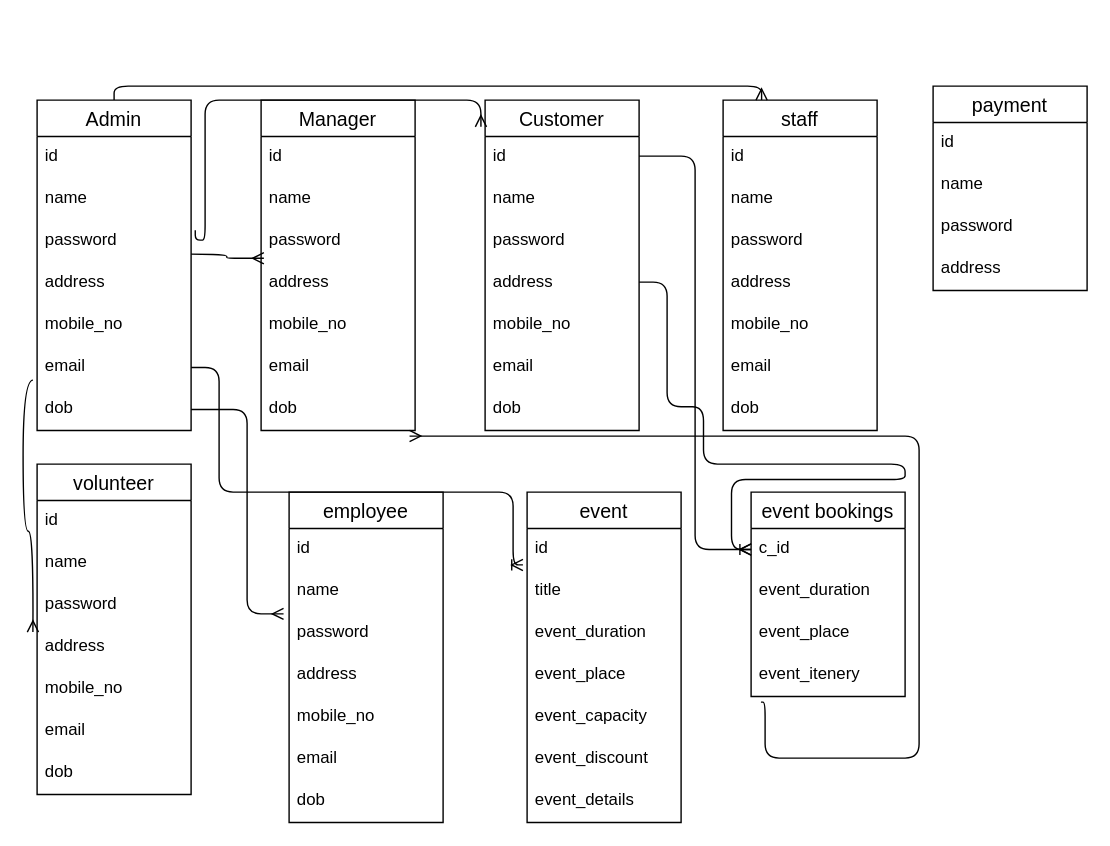
Earlier version of the draw.io diagram Untitled Diagram.drawio (ssaymanasrin10/projects). Source tidied: cells renumbered, new cells numbered last; positions are measured from the earlier drawing's top-left corner, leaving out a move shared by most shapes. Both pictures are drawn from the tidied source at 140%, with x=0, y=0 at pixel (32, 85).
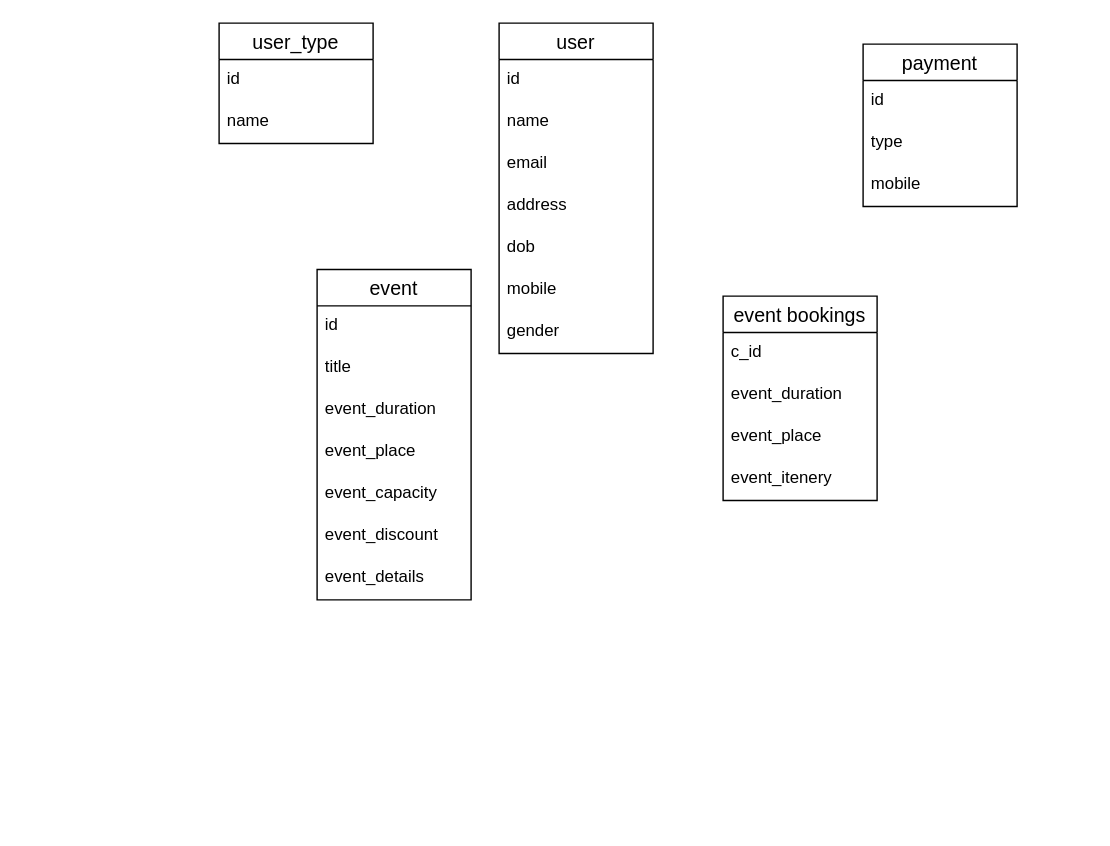
After the change.

The change refers to these unchanged cells:
```xml
<mxCell id="52" value="id" style="text;strokeColor=none;fillColor=none;spacingLeft=4;spacingRight=4;overflow=hidden;points=[[0,0.5],[1,0.5]];portConstraint=eastwest;fontSize=12;" parent="51" vertex="1">
  <mxGeometry y="26" width="110" height="30" as="geometry" />
</mxCell>
<mxCell id="60" value="c_id" style="text;strokeColor=none;fillColor=none;spacingLeft=4;spacingRight=4;overflow=hidden;points=[[0,0.5],[1,0.5]];portConstraint=eastwest;fontSize=12;" parent="59" vertex="1">
  <mxGeometry y="26" width="110" height="30" as="geometry" />
</mxCell>
<mxCell id="63" value="event_itenery" style="text;strokeColor=none;fillColor=none;spacingLeft=4;spacingRight=4;overflow=hidden;points=[[0,0.5],[1,0.5]];portConstraint=eastwest;fontSize=12;" parent="59" vertex="1">
  <mxGeometry y="116" width="110" height="30" as="geometry" />
</mxCell>
```

What changed in the source:
```diff
@@
-    <mxCell id="2" value="Admin" style="swimlane;fontStyle=0;horizontal=1;startSize=26;align=center;fontSize=14;" parent="1" vertex="1">
-      <mxGeometry x="3" y="10" width="110" height="236" as="geometry" />
+    <mxCell id="2" value="user_type" style="swimlane;fontStyle=0;horizontal=1;startSize=26;align=center;fontSize=14;" parent="1" vertex="1">
+      <mxGeometry x="133" y="-45" width="110" height="86" as="geometry" />
     </mxCell>
@@
-    <mxCell id="5" value="password" style="text;strokeColor=none;fillColor=none;spacingLeft=4;spacingRight=4;overflow=hidden;points=[[0,0.5],[1,0.5]];portConstraint=eastwest;fontSize=12;" parent="2" vertex="1">
-      <mxGeometry y="86" width="110" height="30" as="geometry" />
-    </mxCell>
-    <mxCell id="6" value="address" style="text;strokeColor=none;fillColor=none;spacingLeft=4;spacingRight=4;overflow=hidden;fontSize=12;" parent="2" vertex="1">
-      <mxGeometry y="116" width="110" height="30" as="geometry" />
-    </mxCell>
-    <mxCell id="7" value="mobile_no" style="text;strokeColor=none;fillColor=none;spacingLeft=4;spacingRight=4;overflow=hidden;fontSize=12;" parent="2" vertex="1">
-      <mxGeometry y="146" width="110" height="30" as="geometry" />
-    </mxCell>
-    <mxCell id="8" value="email" style="text;strokeColor=none;fillColor=none;spacingLeft=4;spacingRight=4;overflow=hidden;points=[[0,0.5],[1,0.5]];portConstraint=eastwest;fontSize=12;" parent="2" vertex="1">
-      <mxGeometry y="176" width="110" height="30" as="geometry" />
-    </mxCell>
-    <mxCell id="9" value="dob" style="text;strokeColor=none;fillColor=none;spacingLeft=4;spacingRight=4;overflow=hidden;points=[[0,0.5],[1,0.5]];portConstraint=eastwest;fontSize=12;" parent="2" vertex="1">
-      <mxGeometry y="206" width="110" height="30" as="geometry" />
-    </mxCell>
-    <mxCell id="10" value="Manager" style="swimlane;fontStyle=0;horizontal=1;startSize=26;align=center;fontSize=14;" parent="1" vertex="1">
-      <mxGeometry x="163" y="10" width="110" height="236" as="geometry" />
-    </mxCell>
-    <mxCell id="11" value="id" style="text;strokeColor=none;fillColor=none;spacingLeft=4;spacingRight=4;overflow=hidden;fontSize=12;" parent="10" vertex="1">
-      <mxGeometry y="26" width="110" height="30" as="geometry" />
-    </mxCell>
-    <mxCell id="12" value="name" style="text;strokeColor=none;fillColor=none;spacingLeft=4;spacingRight=4;overflow=hidden;fontSize=12;" parent="10" vertex="1">
-      <mxGeometry y="56" width="110" height="30" as="geometry" />
-    </mxCell>
-    <mxCell id="13" style="edgeStyle=orthogonalEdgeStyle;fontSize=12;html=1;endArrow=ERmany;entryX=0.018;entryY=0.9;entryDx=0;entryDy=0;entryPerimeter=0;" parent="10" edge="1" target="14">
-      <mxGeometry relative="1" as="geometry">
-        <mxPoint x="-50" y="110" as="sourcePoint" />
-      </mxGeometry>
-    </mxCell>
-    <mxCell id="14" value="password" style="text;strokeColor=none;fillColor=none;spacingLeft=4;spacingRight=4;overflow=hidden;points=[[0,0.5],[1,0.5]];portConstraint=eastwest;fontSize=12;" parent="10" vertex="1">
-      <mxGeometry y="86" width="110" height="30" as="geometry" />
-    </mxCell>
-    <mxCell id="15" value="address" style="text;strokeColor=none;fillColor=none;spacingLeft=4;spacingRight=4;overflow=hidden;fontSize=12;" parent="10" vertex="1">
-      <mxGeometry y="116" width="110" height="30" as="geometry" />
-    </mxCell>
-    <mxCell id="16" value="mobile_no" style="text;strokeColor=none;fillColor=none;spacingLeft=4;spacingRight=4;overflow=hidden;fontSize=12;" parent="10" vertex="1">
-      <mxGeometry y="146" width="110" height="30" as="geometry" />
-    </mxCell>
-    <mxCell id="17" value="email" style="text;strokeColor=none;fillColor=none;spacingLeft=4;spacingRight=4;overflow=hidden;fontSize=12;" parent="10" vertex="1">
-      <mxGeometry y="176" width="110" height="30" as="geometry" />
-    </mxCell>
-    <mxCell id="18" value="dob" style="text;strokeColor=none;fillColor=none;spacingLeft=4;spacingRight=4;overflow=hidden;points=[[0,0.5],[1,0.5]];portConstraint=eastwest;fontSize=12;" parent="10" vertex="1">
-      <mxGeometry y="206" width="110" height="30" as="geometry" />
-    </mxCell>
-    <mxCell id="19" value="Customer" style="swimlane;fontStyle=0;horizontal=1;startSize=26;align=center;fontSize=14;" parent="1" vertex="1">
-      <mxGeometry x="323" y="10" width="110" height="236" as="geometry" />
-    </mxCell>
-    <mxCell id="20" value="id" style="text;strokeColor=none;fillColor=none;spacingLeft=4;spacingRight=4;overflow=hidden;fontSize=12;" parent="19" vertex="1">
-      <mxGeometry y="26" width="110" height="30" as="geometry" />
-    </mxCell>
-    <mxCell id="21" value="name" style="text;strokeColor=none;fillColor=none;spacingLeft=4;spacingRight=4;overflow=hidden;fontSize=12;" parent="19" vertex="1">
-      <mxGeometry y="56" width="110" height="30" as="geometry" />
-    </mxCell>
-    <mxCell id="22" value="password" style="text;strokeColor=none;fillColor=none;spacingLeft=4;spacingRight=4;overflow=hidden;fontSize=12;" parent="19" vertex="1">
-      <mxGeometry y="86" width="110" height="30" as="geometry" />
-    </mxCell>
-    <mxCell id="23" value="address" style="text;strokeColor=none;fillColor=none;spacingLeft=4;spacingRight=4;overflow=hidden;fontSize=12;" parent="19" vertex="1">
-      <mxGeometry y="116" width="110" height="30" as="geometry" />
-    </mxCell>
-    <mxCell id="24" value="mobile_no" style="text;strokeColor=none;fillColor=none;spacingLeft=4;spacingRight=4;overflow=hidden;fontSize=12;" parent="19" vertex="1">
-      <mxGeometry y="146" width="110" height="30" as="geometry" />
-    </mxCell>
-    <mxCell id="25" value="email" style="text;strokeColor=none;fillColor=none;spacingLeft=4;spacingRight=4;overflow=hidden;fontSize=12;" parent="19" vertex="1">
-      <mxGeometry y="176" width="110" height="30" as="geometry" />
-    </mxCell>
-    <mxCell id="26" value="dob" style="text;strokeColor=none;fillColor=none;spacingLeft=4;spacingRight=4;overflow=hidden;fontSize=12;" parent="19" vertex="1">
-      <mxGeometry y="206" width="110" height="30" as="geometry" />
-    </mxCell>
-    <mxCell id="27" value="staff" style="swimlane;fontStyle=0;horizontal=1;startSize=26;align=center;fontSize=14;" parent="1" vertex="1">
-      <mxGeometry x="493" y="10" width="110" height="236" as="geometry" />
-    </mxCell>
-    <mxCell id="28" value="id" style="text;strokeColor=none;fillColor=none;spacingLeft=4;spacingRight=4;overflow=hidden;fontSize=12;" parent="27" vertex="1">
-      <mxGeometry y="26" width="110" height="30" as="geometry" />
-    </mxCell>
-    <mxCell id="29" value="name" style="text;strokeColor=none;fillColor=none;spacingLeft=4;spacingRight=4;overflow=hidden;fontSize=12;" parent="27" vertex="1">
-      <mxGeometry y="56" width="110" height="30" as="geometry" />
-    </mxCell>
-    <mxCell id="30" value="password" style="text;strokeColor=none;fillColor=none;spacingLeft=4;spacingRight=4;overflow=hidden;fontSize=12;" parent="27" vertex="1">
-      <mxGeometry y="86" width="110" height="30" as="geometry" />
-    </mxCell>
-    <mxCell id="31" value="address" style="text;strokeColor=none;fillColor=none;spacingLeft=4;spacingRight=4;overflow=hidden;fontSize=12;" parent="27" vertex="1">
-      <mxGeometry y="116" width="110" height="30" as="geometry" />
-    </mxCell>
-    <mxCell id="32" value="mobile_no" style="text;strokeColor=none;fillColor=none;spacingLeft=4;spacingRight=4;overflow=hidden;fontSize=12;" parent="27" vertex="1">
-      <mxGeometry y="146" width="110" height="30" as="geometry" />
-    </mxCell>
-    <mxCell id="33" value="email" style="text;strokeColor=none;fillColor=none;spacingLeft=4;spacingRight=4;overflow=hidden;fontSize=12;" parent="27" vertex="1">
-      <mxGeometry y="176" width="110" height="30" as="geometry" />
-    </mxCell>
-    <mxCell id="34" value="dob" style="text;strokeColor=none;fillColor=none;spacingLeft=4;spacingRight=4;overflow=hidden;fontSize=12;" parent="27" vertex="1">
-      <mxGeometry y="206" width="110" height="30" as="geometry" />
-    </mxCell>
-    <mxCell id="35" value="volunteer" style="swimlane;fontStyle=0;horizontal=1;startSize=26;align=center;fontSize=14;" parent="1" vertex="1">
-      <mxGeometry x="3" y="270" width="110" height="236" as="geometry" />
-    </mxCell>
-    <mxCell id="36" value="id" style="text;strokeColor=none;fillColor=none;spacingLeft=4;spacingRight=4;overflow=hidden;fontSize=12;" parent="35" vertex="1">
-      <mxGeometry y="26" width="110" height="30" as="geometry" />
-    </mxCell>
-    <mxCell id="37" value="name" style="text;strokeColor=none;fillColor=none;spacingLeft=4;spacingRight=4;overflow=hidden;fontSize=12;" parent="35" vertex="1">
-      <mxGeometry y="56" width="110" height="30" as="geometry" />
-    </mxCell>
-    <mxCell id="38" value="password" style="text;strokeColor=none;fillColor=none;spacingLeft=4;spacingRight=4;overflow=hidden;fontSize=12;" parent="35" vertex="1">
-      <mxGeometry y="86" width="110" height="30" as="geometry" />
-    </mxCell>
-    <mxCell id="39" value="address" style="text;strokeColor=none;fillColor=none;spacingLeft=4;spacingRight=4;overflow=hidden;fontSize=12;" parent="35" vertex="1">
-      <mxGeometry y="116" width="110" height="30" as="geometry" />
-    </mxCell>
-    <mxCell id="40" value="mobile_no" style="text;strokeColor=none;fillColor=none;spacingLeft=4;spacingRight=4;overflow=hidden;fontSize=12;" parent="35" vertex="1">
-      <mxGeometry y="146" width="110" height="30" as="geometry" />
-    </mxCell>
-    <mxCell id="41" value="email" style="text;strokeColor=none;fillColor=none;spacingLeft=4;spacingRight=4;overflow=hidden;fontSize=12;" parent="35" vertex="1">
-      <mxGeometry y="176" width="110" height="30" as="geometry" />
-    </mxCell>
-    <mxCell id="42" value="dob" style="text;strokeColor=none;fillColor=none;spacingLeft=4;spacingRight=4;overflow=hidden;fontSize=12;" parent="35" vertex="1">
-      <mxGeometry y="206" width="110" height="30" as="geometry" />
-    </mxCell>
-    <mxCell id="43" value="employee" style="swimlane;fontStyle=0;horizontal=1;startSize=26;align=center;fontSize=14;" parent="1" vertex="1">
-      <mxGeometry x="183" y="290" width="110" height="236" as="geometry" />
-    </mxCell>
-    <mxCell id="44" value="id" style="text;strokeColor=none;fillColor=none;spacingLeft=4;spacingRight=4;overflow=hidden;fontSize=12;" parent="43" vertex="1">
-      <mxGeometry y="26" width="110" height="30" as="geometry" />
-    </mxCell>
-    <mxCell id="45" value="name" style="text;strokeColor=none;fillColor=none;spacingLeft=4;spacingRight=4;overflow=hidden;fontSize=12;" parent="43" vertex="1">
-      <mxGeometry y="56" width="110" height="30" as="geometry" />
-    </mxCell>
-    <mxCell id="46" value="password" style="text;strokeColor=none;fillColor=none;spacingLeft=4;spacingRight=4;overflow=hidden;points=[[0,0.5],[1,0.5]];portConstraint=eastwest;fontSize=12;" parent="43" vertex="1">
-      <mxGeometry y="86" width="110" height="30" as="geometry" />
-    </mxCell>
-    <mxCell id="47" value="address" style="text;strokeColor=none;fillColor=none;spacingLeft=4;spacingRight=4;overflow=hidden;fontSize=12;" parent="43" vertex="1">
-      <mxGeometry y="116" width="110" height="30" as="geometry" />
-    </mxCell>
-    <mxCell id="48" value="mobile_no" style="text;strokeColor=none;fillColor=none;spacingLeft=4;spacingRight=4;overflow=hidden;fontSize=12;" parent="43" vertex="1">
-      <mxGeometry y="146" width="110" height="30" as="geometry" />
-    </mxCell>
-    <mxCell id="49" value="email" style="text;strokeColor=none;fillColor=none;spacingLeft=4;spacingRight=4;overflow=hidden;fontSize=12;" parent="43" vertex="1">
-      <mxGeometry y="176" width="110" height="30" as="geometry" />
-    </mxCell>
-    <mxCell id="50" value="dob" style="text;strokeColor=none;fillColor=none;spacingLeft=4;spacingRight=4;overflow=hidden;fontSize=12;" parent="43" vertex="1">
-      <mxGeometry y="206" width="110" height="30" as="geometry" />
-    </mxCell>
     <mxCell id="51" value="event" style="swimlane;fontStyle=0;horizontal=1;startSize=26;align=center;fontSize=14;" parent="1" vertex="1">
-      <mxGeometry x="353" y="290" width="110" height="236" as="geometry" />
+      <mxGeometry x="203" y="131" width="110" height="236" as="geometry" />
     </mxCell>
@@
     <mxCell id="59" value="event bookings" style="swimlane;fontStyle=0;horizontal=1;startSize=26;align=center;fontSize=14;" parent="1" vertex="1">
-      <mxGeometry x="513" y="290" width="110" height="146" as="geometry" />
+      <mxGeometry x="493" y="150" width="110" height="146" as="geometry" />
     </mxCell>
@@
-    <mxCell id="64" style="edgeStyle=orthogonalEdgeStyle;fontSize=12;html=1;endArrow=ERoneToMany;exitX=1;exitY=0.5;exitDx=0;exitDy=0;entryX=-0.027;entryY=0.867;entryDx=0;entryDy=0;entryPerimeter=0;" parent="1" edge="1" source="8" target="52">
-      <mxGeometry relative="1" as="geometry">
-        <Array as="points">
-          <mxPoint x="133" y="201" />
-          <mxPoint x="133" y="290" />
-          <mxPoint x="343" y="290" />
-          <mxPoint x="343" y="342" />
-        </Array>
-      </mxGeometry>
-    </mxCell>
-    <mxCell id="65" style="edgeStyle=orthogonalEdgeStyle;fontSize=12;html=1;endArrow=ERoneToMany;entryX=0;entryY=0.5;entryDx=0;entryDy=0;" parent="1" edge="1" target="60">
-      <mxGeometry relative="1" as="geometry">
-        <mxPoint x="433" y="140" as="sourcePoint" />
-        <Array as="points">
-          <mxPoint x="453" y="140" />
-          <mxPoint x="453" y="229" />
-          <mxPoint x="479" y="229" />
-          <mxPoint x="479" y="270" />
-          <mxPoint x="623" y="270" />
-          <mxPoint x="623" y="281" />
-          <mxPoint x="499" y="281" />
-          <mxPoint x="499" y="331" />
-        </Array>
-      </mxGeometry>
-    </mxCell>
-    <mxCell id="66" style="edgeStyle=orthogonalEdgeStyle;fontSize=12;html=1;endArrow=ERmany;exitX=1.027;exitY=0.233;exitDx=0;exitDy=0;exitPerimeter=0;entryX=-0.027;entryY=0.081;entryDx=0;entryDy=0;entryPerimeter=0;" parent="1" edge="1" source="5" target="19">
-      <mxGeometry relative="1" as="geometry">
-        <Array as="points">
-          <mxPoint x="116" y="110" />
-          <mxPoint x="123" y="110" />
-          <mxPoint x="123" y="10" />
-          <mxPoint x="320" y="10" />
-        </Array>
-      </mxGeometry>
-    </mxCell>
-    <mxCell id="67" style="edgeStyle=orthogonalEdgeStyle;fontSize=12;html=1;endArrow=ERmany;exitX=0.5;exitY=0;exitDx=0;exitDy=0;entryX=0.25;entryY=0;entryDx=0;entryDy=0;" parent="1" edge="1" source="2" target="27">
-      <mxGeometry relative="1" as="geometry" />
-    </mxCell>
-    <mxCell id="68" style="edgeStyle=orthogonalEdgeStyle;fontSize=12;html=1;endArrow=ERmany;entryX=-0.036;entryY=0.033;entryDx=0;entryDy=0;entryPerimeter=0;exitX=1;exitY=0.5;exitDx=0;exitDy=0;" parent="1" edge="1" source="9" target="46">
-      <mxGeometry relative="1" as="geometry">
-        <Array as="points">
-          <mxPoint x="153" y="231" />
-          <mxPoint x="153" y="377" />
-        </Array>
-      </mxGeometry>
-    </mxCell>
-    <mxCell id="69" style="edgeStyle=orthogonalEdgeStyle;fontSize=12;html=1;endArrow=ERmany;exitX=-0.027;exitY=-0.2;exitDx=0;exitDy=0;exitPerimeter=0;elbow=vertical;curved=1;" parent="1" edge="1" source="9">
-      <mxGeometry relative="1" as="geometry">
-        <mxPoint y="390" as="targetPoint" />
-      </mxGeometry>
-    </mxCell>
-    <mxCell id="70" style="edgeStyle=orthogonalEdgeStyle;fontSize=12;html=1;endArrow=ERmany;entryX=0.964;entryY=1.133;entryDx=0;entryDy=0;entryPerimeter=0;exitX=0.064;exitY=1.133;exitDx=0;exitDy=0;exitPerimeter=0;" parent="1" edge="1" source="63" target="18">
-      <mxGeometry relative="1" as="geometry">
-        <Array as="points">
-          <mxPoint x="523" y="440" />
-          <mxPoint x="523" y="480" />
-          <mxPoint x="633" y="480" />
-          <mxPoint x="633" y="250" />
-        </Array>
-      </mxGeometry>
-    </mxCell>
-    <mxCell id="71" style="edgeStyle=orthogonalEdgeStyle;fontSize=12;html=1;endArrow=ERmany;" parent="1" edge="1" target="60">
-      <mxGeometry relative="1" as="geometry">
-        <mxPoint x="433" y="50" as="sourcePoint" />
-        <Array as="points">
-          <mxPoint x="473" y="50" />
-          <mxPoint x="473" y="331" />
-        </Array>
-      </mxGeometry>
-    </mxCell>
     <mxCell id="72" value="payment" style="swimlane;fontStyle=0;horizontal=1;startSize=26;align=center;fontSize=14;" parent="1" vertex="1">
-      <mxGeometry x="643" width="110" height="146" as="geometry" />
+      <mxGeometry x="593" y="-30" width="110" height="116" as="geometry" />
     </mxCell>
@@
-    <mxCell id="74" value="name" style="text;strokeColor=none;fillColor=none;spacingLeft=4;spacingRight=4;overflow=hidden;fontSize=12;" parent="72" vertex="1">
+    <mxCell id="74" value="type" style="text;strokeColor=none;fillColor=none;spacingLeft=4;spacingRight=4;overflow=hidden;fontSize=12;" parent="72" vertex="1">
       <mxGeometry y="56" width="110" height="30" as="geometry" />
     </mxCell>
-    <mxCell id="75" value="password" style="text;strokeColor=none;fillColor=none;spacingLeft=4;spacingRight=4;overflow=hidden;fontSize=12;" parent="72" vertex="1">
+    <mxCell id="75" value="mobile" style="text;strokeColor=none;fillColor=none;spacingLeft=4;spacingRight=4;overflow=hidden;fontSize=12;" parent="72" vertex="1">
       <mxGeometry y="86" width="110" height="30" as="geometry" />
     </mxCell>
-    <mxCell id="76" value="address" style="text;strokeColor=none;fillColor=none;spacingLeft=4;spacingRight=4;overflow=hidden;fontSize=12;" parent="72" vertex="1">
-      <mxGeometry y="116" width="110" height="30" as="geometry" />
-    </mxCell>
+    <mxCell id="77" value="user" style="swimlane;fontStyle=0;horizontal=1;startSize=26;align=center;fontSize=14;" parent="1" vertex="1">
+      <mxGeometry x="333" y="-45" width="110" height="236" as="geometry" />
+    </mxCell>
+    <mxCell id="78" value="id" style="text;strokeColor=none;fillColor=none;spacingLeft=4;spacingRight=4;overflow=hidden;fontSize=12;" parent="77" vertex="1">
+      <mxGeometry y="26" width="110" height="30" as="geometry" />
+    </mxCell>
+    <mxCell id="79" value="name" style="text;strokeColor=none;fillColor=none;spacingLeft=4;spacingRight=4;overflow=hidden;fontSize=12;" parent="77" vertex="1">
+      <mxGeometry y="56" width="110" height="30" as="geometry" />
+    </mxCell>
+    <mxCell id="80" value="email" style="text;strokeColor=none;fillColor=none;spacingLeft=4;spacingRight=4;overflow=hidden;fontSize=12;" parent="77" vertex="1">
+      <mxGeometry y="86" width="110" height="30" as="geometry" />
+    </mxCell>
+    <mxCell id="81" value="address" style="text;strokeColor=none;fillColor=none;spacingLeft=4;spacingRight=4;overflow=hidden;fontSize=12;" parent="77" vertex="1">
+      <mxGeometry y="116" width="110" height="30" as="geometry" />
+    </mxCell>
+    <mxCell id="82" value="dob" style="text;strokeColor=none;fillColor=none;spacingLeft=4;spacingRight=4;overflow=hidden;fontSize=12;" parent="77" vertex="1">
+      <mxGeometry y="146" width="110" height="30" as="geometry" />
+    </mxCell>
+    <mxCell id="83" value="mobile" style="text;strokeColor=none;fillColor=none;spacingLeft=4;spacingRight=4;overflow=hidden;fontSize=12;" parent="77" vertex="1">
+      <mxGeometry y="176" width="110" height="30" as="geometry" />
+    </mxCell>
+    <mxCell id="84" value="gender" style="text;strokeColor=none;fillColor=none;spacingLeft=4;spacingRight=4;overflow=hidden;fontSize=12;" parent="77" vertex="1">
+      <mxGeometry y="206" width="110" height="30" as="geometry" />
+    </mxCell>
```
